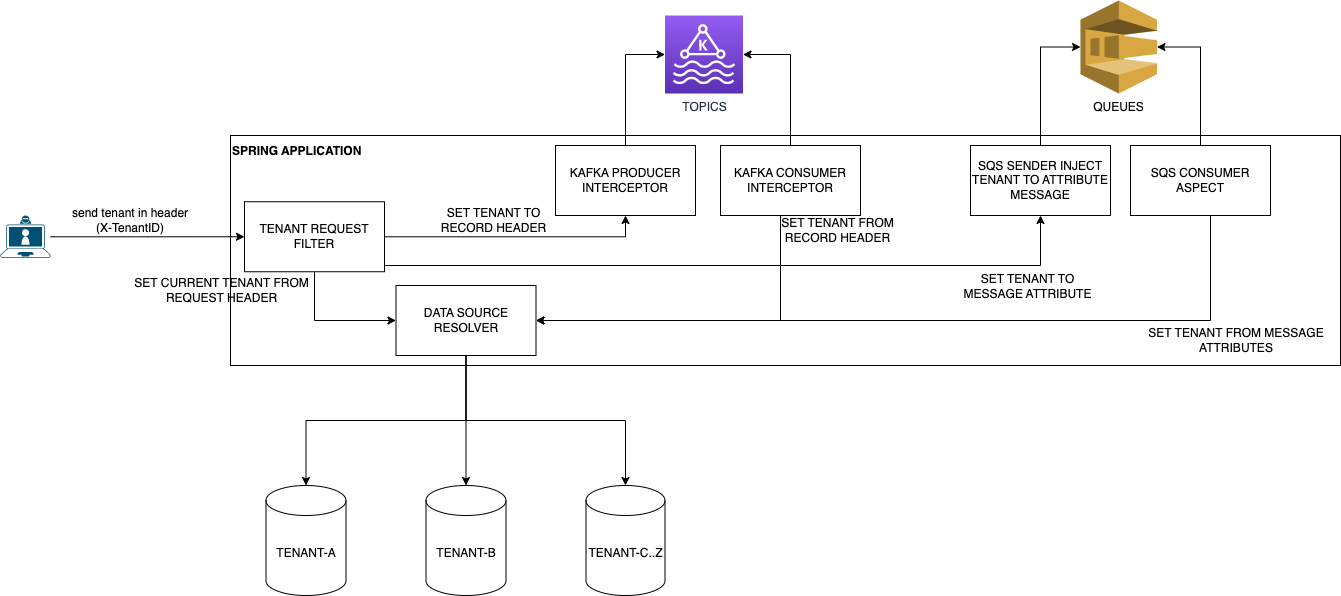
Earlier version of the draw.io export documentation/solution-architecture.drawio.png (ericomonteiro/spring-multitenant-table). Source tidied: cells renumbered, new cells last; positions are measured from the earlier drawing's top-left corner, leaving out a move shared by most shapes.
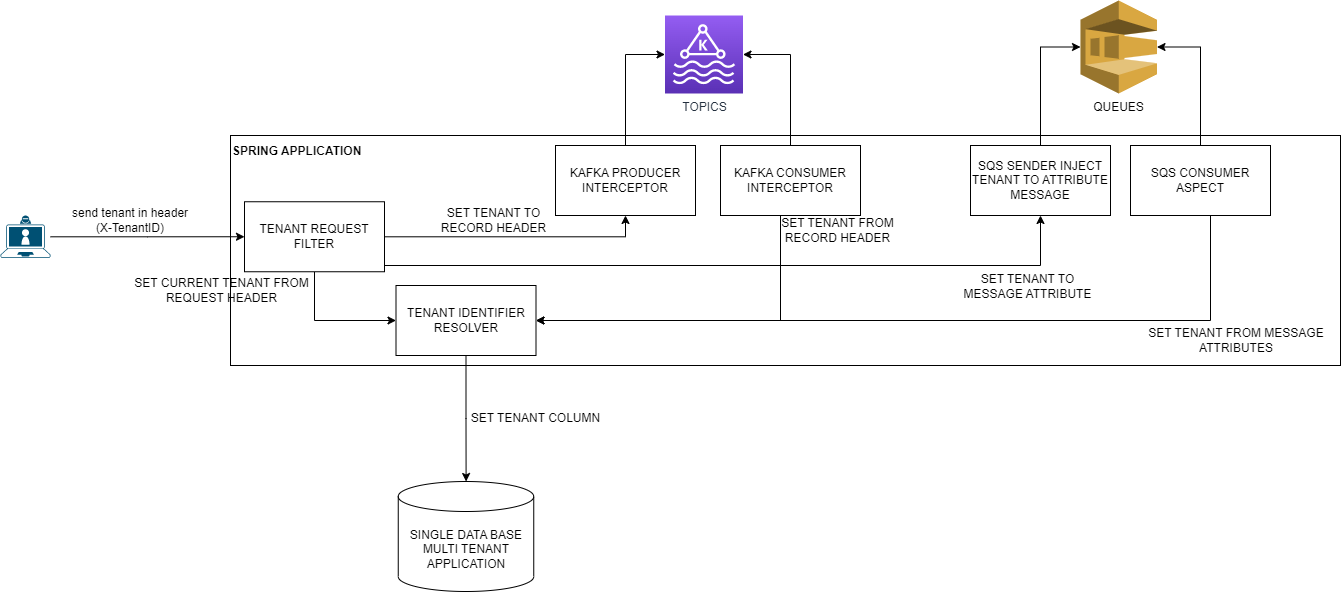
Later version of the same file.

Change to the diagram source:
```diff
@@ -14,28 +14,16 @@
     <mxCell id="5" value="send tenant in header (X-TenantID)" style="text;html=1;strokeColor=none;fillColor=none;align=center;verticalAlign=middle;whiteSpace=wrap;rounded=0;" parent="1" vertex="1">
       <mxGeometry x="70" y="205" width="120" height="30" as="geometry" />
     </mxCell>
-    <mxCell id="6" value="TENANT-A" style="shape=cylinder3;whiteSpace=wrap;html=1;boundedLbl=1;backgroundOutline=1;size=15;" parent="1" vertex="1">
-      <mxGeometry x="265.5" y="485" width="80" height="110" as="geometry" />
+    <mxCell id="6" value="SINGLE DATA BASE MULTI TENANT APPLICATION" style="shape=cylinder3;whiteSpace=wrap;html=1;boundedLbl=1;backgroundOutline=1;size=15;" parent="1" vertex="1">
+      <mxGeometry x="397.8" y="481" width="135.5" height="110" as="geometry" />
     </mxCell>
-    <mxCell id="7" value="TENANT-B" style="shape=cylinder3;whiteSpace=wrap;html=1;boundedLbl=1;backgroundOutline=1;size=15;" parent="1" vertex="1">
-      <mxGeometry x="425.5" y="485" width="80" height="110" as="geometry" />
-    </mxCell>
-    <mxCell id="8" value="TENANT-C..Z" style="shape=cylinder3;whiteSpace=wrap;html=1;boundedLbl=1;backgroundOutline=1;size=15;" parent="1" vertex="1">
-      <mxGeometry x="585.5" y="485" width="79" height="110" as="geometry" />
-    </mxCell>
     <mxCell id="9" style="edgeStyle=orthogonalEdgeStyle;rounded=0;jettySize=auto;html=1;exitX=0.5;exitY=1;exitDx=0;exitDy=0;" parent="1" edge="1" source="13" target="6">
       <mxGeometry relative="1" as="geometry" />
     </mxCell>
-    <mxCell id="10" style="edgeStyle=orthogonalEdgeStyle;rounded=0;jettySize=auto;html=1;exitX=0.5;exitY=1;exitDx=0;exitDy=0;" parent="1" edge="1" source="13" target="7">
-      <mxGeometry relative="1" as="geometry" />
-    </mxCell>
-    <mxCell id="11" style="edgeStyle=orthogonalEdgeStyle;rounded=0;jettySize=auto;html=1;exitX=0.5;exitY=1;exitDx=0;exitDy=0;" parent="1" edge="1" source="13" target="8">
-      <mxGeometry relative="1" as="geometry" />
-    </mxCell>
     <mxCell id="12" value="SPRING APPLICATION" style="text;html=1;strokeColor=none;fillColor=none;align=left;verticalAlign=middle;whiteSpace=wrap;rounded=0;fontStyle=1;" parent="1" vertex="1">
       <mxGeometry x="230" y="136" width="150" height="30" as="geometry" />
     </mxCell>
-    <mxCell id="13" value="DATA SOURCE RESOLVER" style="rounded=0;whiteSpace=wrap;html=1;" parent="1" vertex="1">
+    <mxCell id="13" value="TENANT IDENTIFIER RESOLVER" style="rounded=0;whiteSpace=wrap;html=1;" parent="1" vertex="1">
       <mxGeometry x="395.5" y="285" width="140" height="70" as="geometry" />
     </mxCell>
     <mxCell id="14" style="edgeStyle=orthogonalEdgeStyle;rounded=0;jettySize=auto;html=1;entryX=0;entryY=0.5;entryDx=0;entryDy=0;" parent="1" edge="1" source="17" target="13">
@@ -117,5 +105,8 @@
     <mxCell id="34" value="SET TENANT FROM MESSAGE ATTRIBUTES" style="text;html=1;strokeColor=none;fillColor=none;align=center;verticalAlign=middle;whiteSpace=wrap;rounded=0;" parent="1" vertex="1">
       <mxGeometry x="1141" y="325" width="190" height="30" as="geometry" />
     </mxCell>
+    <mxCell id="35" value="SET TENANT COLUMN" style="text;html=1;strokeColor=none;fillColor=none;align=center;verticalAlign=middle;whiteSpace=wrap;rounded=0;" parent="1" vertex="1">
+      <mxGeometry x="468" y="403" width="134.5" height="30" as="geometry" />
+    </mxCell>
   </root>
 </mxGraphModel>
```
